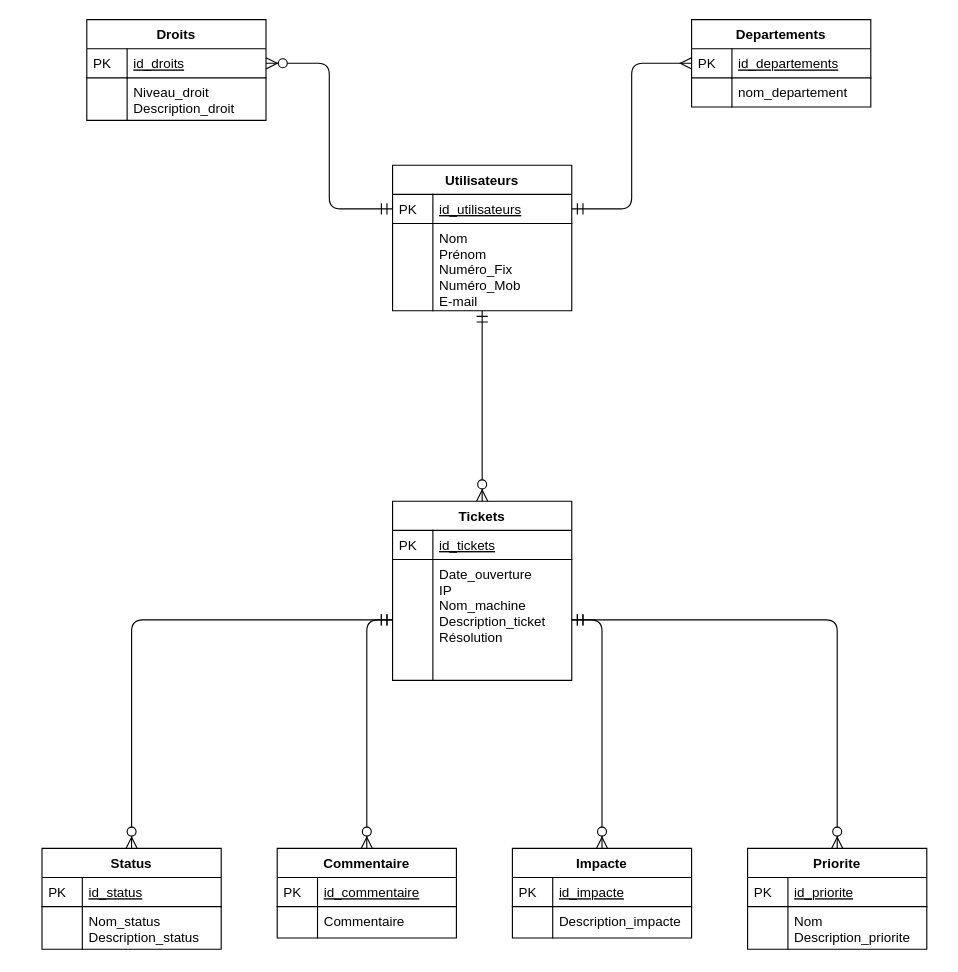
Earlier version of the draw.io diagram Base de données/MLD_MPTicket.drawio (Hero-Chan/Projet_Ticketing). Source tidied: cells renumbered, new cells numbered last; positions are measured from the earlier drawing's top-left corner, leaving out a move shared by most shapes. Both pictures are drawn from the tidied source at 112%, with x=0, y=0 at pixel (41, 19).
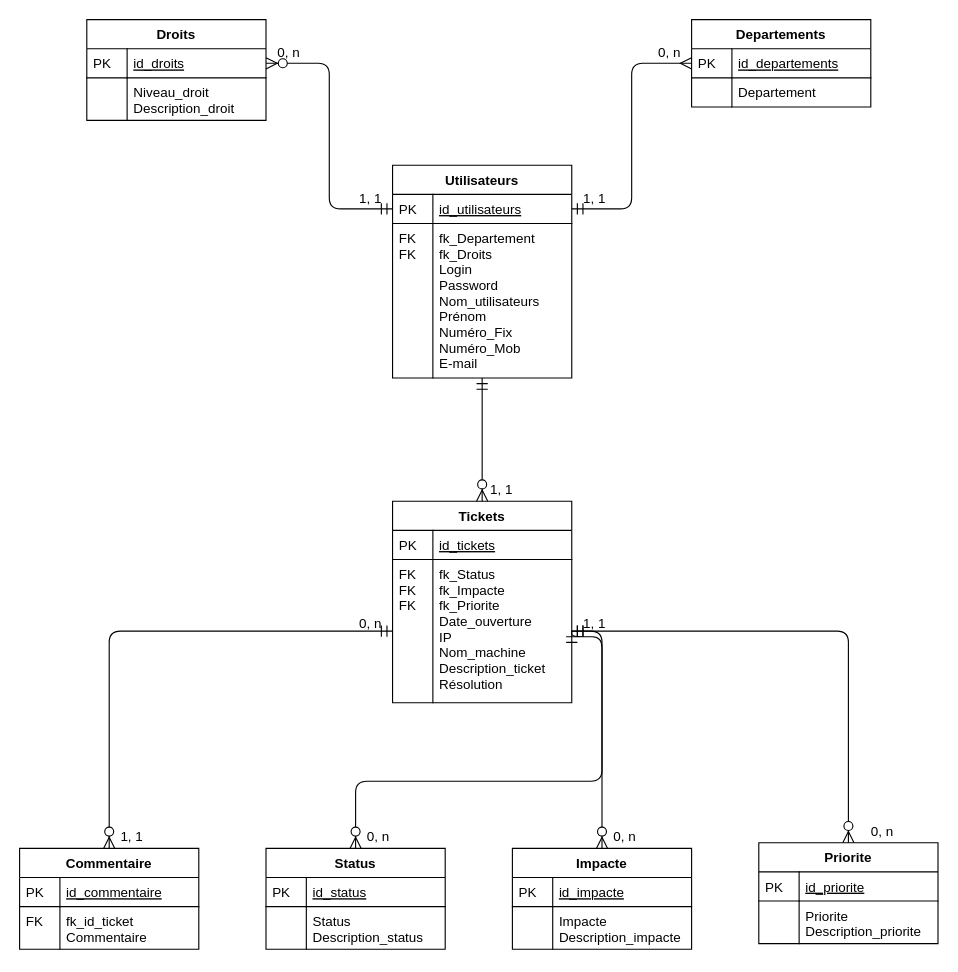
Above is the later version.

Unchanged cells that the change refers to:
```xml
<mxCell id="2" value="Departements" style="swimlane;fontStyle=1;horizontal=1;startSize=26;rounded=0;shadow=0;strokeWidth=1;" parent="1" vertex="1">
  <mxGeometry x="580" width="160" height="78" as="geometry" />
</mxCell>
```

Change to the diagram source:
```diff
@@
-    <mxCell id="5" value="nom_departement" style="shape=partialRectangle;top=0;left=0;right=0;bottom=0;align=left;verticalAlign=top;fillColor=none;spacingLeft=40;spacingRight=4;overflow=hidden;rounded=0;shadow=0;strokeWidth=1;" parent="2" vertex="1">
+    <mxCell id="5" value="Departement" style="shape=partialRectangle;top=0;left=0;right=0;bottom=0;align=left;verticalAlign=top;fillColor=none;spacingLeft=40;spacingRight=4;overflow=hidden;rounded=0;shadow=0;strokeWidth=1;" parent="2" vertex="1">
       <mxGeometry y="52" width="160" height="26" as="geometry" />
     </mxCell>
@@
     <mxCell id="7" value="Utilisateurs" style="swimlane;fontStyle=1;horizontal=1;startSize=26;rounded=0;shadow=0;strokeWidth=1;" parent="1" vertex="1">
-      <mxGeometry x="313" y="130" width="160" height="130" as="geometry" />
+      <mxGeometry x="313" y="130" width="160" height="190" as="geometry" />
     </mxCell>
@@
-    <mxCell id="10" value="Nom&#10;Prénom&#10;Numéro_Fix&#10;Numéro_Mob&#10;E-mail" style="shape=partialRectangle;top=0;left=0;right=0;bottom=0;align=left;verticalAlign=top;fillColor=none;spacingLeft=40;spacingRight=4;overflow=hidden;rounded=0;shadow=0;strokeWidth=1;" parent="7" vertex="1">
-      <mxGeometry y="52" width="160" height="78" as="geometry" />
+    <mxCell id="10" value="fk_Departement&#10;fk_Droits&#10;Login&#10;Password&#10;Nom_utilisateurs&#10;Prénom&#10;Numéro_Fix&#10;Numéro_Mob&#10;E-mail" style="shape=partialRectangle;top=0;left=0;right=0;bottom=0;align=left;verticalAlign=top;fillColor=none;spacingLeft=40;spacingRight=4;overflow=hidden;rounded=0;shadow=0;strokeWidth=1;" parent="7" vertex="1">
+      <mxGeometry y="52" width="160" height="138" as="geometry" />
     </mxCell>
-    <mxCell id="11" style="shape=partialRectangle;top=0;left=0;bottom=0;fillColor=none;align=left;verticalAlign=top;spacingLeft=4;spacingRight=4;overflow=hidden;" parent="10" vertex="1">
-      <mxGeometry width="36" height="78" as="geometry" />
+    <mxCell id="11" value="FK&#10;FK" style="shape=partialRectangle;top=0;left=0;bottom=0;fillColor=none;align=left;verticalAlign=top;spacingLeft=4;spacingRight=4;overflow=hidden;" parent="10" vertex="1">
+      <mxGeometry width="36" height="138" as="geometry" />
     </mxCell>
@@
     <mxCell id="13" value="Tickets" style="swimlane;fontStyle=1;horizontal=1;startSize=26;rounded=0;shadow=0;strokeWidth=1;" parent="1" vertex="1">
-      <mxGeometry x="313" y="430" width="160" height="160" as="geometry" />
+      <mxGeometry x="313" y="430" width="160" height="180" as="geometry" />
     </mxCell>
@@
-    <mxCell id="16" value="Date_ouverture&#10;IP&#10;Nom_machine&#10;Description_ticket&#10;Résolution" style="shape=partialRectangle;top=0;left=0;right=0;bottom=0;align=left;verticalAlign=top;fillColor=none;spacingLeft=40;spacingRight=4;overflow=hidden;points=[[0,0.5],[1,0.5]];portConstraint=eastwest;rounded=0;shadow=0;strokeWidth=1;" parent="13" vertex="1">
-      <mxGeometry y="52" width="160" height="108" as="geometry" />
+    <mxCell id="16" value="fk_Status&#10;fk_Impacte&#10;fk_Priorite&#10;Date_ouverture&#10;IP&#10;Nom_machine&#10;Description_ticket&#10;Résolution" style="shape=partialRectangle;top=0;left=0;right=0;bottom=0;align=left;verticalAlign=top;fillColor=none;spacingLeft=40;spacingRight=4;overflow=hidden;points=[[0,0.5],[1,0.5]];portConstraint=eastwest;rounded=0;shadow=0;strokeWidth=1;" parent="13" vertex="1">
+      <mxGeometry y="52" width="160" height="128" as="geometry" />
     </mxCell>
-    <mxCell id="17" style="shape=partialRectangle;top=0;left=0;bottom=0;fillColor=none;align=left;verticalAlign=top;spacingLeft=4;spacingRight=4;overflow=hidden;" parent="16" vertex="1">
-      <mxGeometry width="36" height="108" as="geometry" />
+    <mxCell id="17" value="FK&#10;FK&#10;FK" style="shape=partialRectangle;top=0;left=0;bottom=0;fillColor=none;align=left;verticalAlign=top;spacingLeft=4;spacingRight=4;overflow=hidden;" parent="16" vertex="1">
+      <mxGeometry width="36" height="128" as="geometry" />
     </mxCell>
@@
     <mxCell id="25" value="Status" style="swimlane;fontStyle=1;horizontal=1;startSize=26;rounded=0;shadow=0;strokeWidth=1;" parent="1" vertex="1">
-      <mxGeometry y="740" width="160" height="90" as="geometry" />
+      <mxGeometry x="200" y="740" width="160" height="90" as="geometry" />
     </mxCell>
@@
-    <mxCell id="28" value="Nom_status&#10;Description_status" style="shape=partialRectangle;top=0;left=0;right=0;bottom=0;align=left;verticalAlign=top;fillColor=none;spacingLeft=40;spacingRight=4;overflow=hidden;rounded=0;shadow=0;strokeWidth=1;" parent="25" vertex="1">
+    <mxCell id="28" value="Status&#10;Description_status" style="shape=partialRectangle;top=0;left=0;right=0;bottom=0;align=left;verticalAlign=top;fillColor=none;spacingLeft=40;spacingRight=4;overflow=hidden;rounded=0;shadow=0;strokeWidth=1;" parent="25" vertex="1">
       <mxGeometry y="52" width="160" height="38" as="geometry" />
     </mxCell>
@@
     <mxCell id="30" value="Commentaire" style="swimlane;fontStyle=1;horizontal=1;startSize=26;rounded=0;shadow=0;strokeWidth=1;" parent="1" vertex="1">
-      <mxGeometry x="210" y="740" width="160" height="80" as="geometry" />
+      <mxGeometry x="-20" y="740" width="160" height="90" as="geometry" />
     </mxCell>
@@
-    <mxCell id="33" value="Commentaire" style="shape=partialRectangle;top=0;left=0;right=0;bottom=0;align=left;verticalAlign=top;fillColor=none;spacingLeft=40;spacingRight=4;overflow=hidden;rounded=0;shadow=0;strokeWidth=1;" parent="30" vertex="1">
-      <mxGeometry y="52" width="160" height="28" as="geometry" />
+    <mxCell id="33" value="fk_id_ticket&#10;Commentaire" style="shape=partialRectangle;top=0;left=0;right=0;bottom=0;align=left;verticalAlign=top;fillColor=none;spacingLeft=40;spacingRight=4;overflow=hidden;rounded=0;shadow=0;strokeWidth=1;" parent="30" vertex="1">
+      <mxGeometry y="52" width="160" height="38" as="geometry" />
     </mxCell>
-    <mxCell id="34" style="shape=partialRectangle;top=0;left=0;bottom=0;fillColor=none;align=left;verticalAlign=top;spacingLeft=4;spacingRight=4;overflow=hidden;" parent="33" vertex="1">
-      <mxGeometry width="36" height="28" as="geometry" />
+    <mxCell id="34" value="FK" style="shape=partialRectangle;top=0;left=0;bottom=0;fillColor=none;align=left;verticalAlign=top;spacingLeft=4;spacingRight=4;overflow=hidden;" parent="33" vertex="1">
+      <mxGeometry width="36" height="38" as="geometry" />
     </mxCell>
     <mxCell id="35" value="Impacte" style="swimlane;fontStyle=1;horizontal=1;startSize=26;rounded=0;shadow=0;strokeWidth=1;" parent="1" vertex="1">
-      <mxGeometry x="420" y="740" width="160" height="80" as="geometry" />
+      <mxGeometry x="420" y="740" width="160" height="90" as="geometry" />
     </mxCell>
@@
-    <mxCell id="38" value="Description_impacte" style="shape=partialRectangle;top=0;left=0;right=0;bottom=0;align=left;verticalAlign=top;fillColor=none;spacingLeft=40;spacingRight=4;overflow=hidden;rounded=0;shadow=0;strokeWidth=1;" parent="35" vertex="1">
-      <mxGeometry y="52" width="160" height="28" as="geometry" />
+    <mxCell id="38" value="Impacte&#10;Description_impacte" style="shape=partialRectangle;top=0;left=0;right=0;bottom=0;align=left;verticalAlign=top;fillColor=none;spacingLeft=40;spacingRight=4;overflow=hidden;rounded=0;shadow=0;strokeWidth=1;" parent="35" vertex="1">
+      <mxGeometry y="52" width="160" height="38" as="geometry" />
     </mxCell>
     <mxCell id="39" style="shape=partialRectangle;top=0;left=0;bottom=0;fillColor=none;align=left;verticalAlign=top;spacingLeft=4;spacingRight=4;overflow=hidden;" parent="38" vertex="1">
-      <mxGeometry width="36" height="28" as="geometry" />
+      <mxGeometry width="36" height="38" as="geometry" />
     </mxCell>
     <mxCell id="40" value="Priorite" style="swimlane;fontStyle=1;horizontal=1;startSize=26;rounded=0;shadow=0;strokeWidth=1;" parent="1" vertex="1">
-      <mxGeometry x="630" y="740" width="160" height="90" as="geometry" />
+      <mxGeometry x="640" y="735" width="160" height="90" as="geometry" />
     </mxCell>
@@
-    <mxCell id="43" value="Nom&#10;Description_priorite" style="shape=partialRectangle;top=0;left=0;right=0;bottom=0;align=left;verticalAlign=top;fillColor=none;spacingLeft=40;spacingRight=4;overflow=hidden;rounded=0;shadow=0;strokeWidth=1;" parent="40" vertex="1">
+    <mxCell id="43" value="Priorite&#10;Description_priorite" style="shape=partialRectangle;top=0;left=0;right=0;bottom=0;align=left;verticalAlign=top;fillColor=none;spacingLeft=40;spacingRight=4;overflow=hidden;rounded=0;shadow=0;strokeWidth=1;" parent="40" vertex="1">
       <mxGeometry y="52" width="160" height="38" as="geometry" />
     </mxCell>
@@
-    <mxCell id="45" style="edgeStyle=orthogonalEdgeStyle;endArrow=ERzeroToMany;startArrow=ERmandOne;shadow=0;strokeWidth=1;endSize=8;startSize=8;entryX=0.5;entryY=0;entryDx=0;entryDy=0;exitX=0;exitY=0.5;exitDx=0;exitDy=0;" parent="1" edge="1" source="16" target="25">
-      <mxGeometry relative="1" as="geometry" />
+    <mxCell id="45" style="edgeStyle=orthogonalEdgeStyle;endArrow=ERzeroToMany;startArrow=ERmandOne;shadow=0;strokeWidth=1;endSize=8;startSize=8;entryX=0.5;entryY=0;entryDx=0;entryDy=0;exitX=1;exitY=0.5;exitDx=0;exitDy=0;" parent="1" edge="1" source="16" target="25">
+      <mxGeometry relative="1" as="geometry">
+        <Array as="points">
+          <mxPoint x="500" y="551" />
+          <mxPoint x="500" y="680" />
+          <mxPoint x="280" y="680" />
+        </Array>
+      </mxGeometry>
     </mxCell>
@@
+    <mxCell id="49" value="1, 1" style="text;html=1;align=center;verticalAlign=middle;" parent="1" vertex="1">
+      <mxGeometry x="60" y="720" width="40" height="20" as="geometry" />
+    </mxCell>
+    <mxCell id="50" value="1, 1" style="text;html=1;align=center;verticalAlign=middle;" parent="1" vertex="1">
+      <mxGeometry x="473" y="530" width="40" height="20" as="geometry" />
+    </mxCell>
+    <mxCell id="51" value="1, 1" style="text;html=1;align=center;verticalAlign=middle;" parent="1" vertex="1">
+      <mxGeometry x="390" y="410" width="40" height="20" as="geometry" />
+    </mxCell>
+    <mxCell id="52" value="1, 1" style="text;html=1;align=center;verticalAlign=middle;" parent="1" vertex="1">
+      <mxGeometry x="273" y="150" width="40" height="20" as="geometry" />
+    </mxCell>
+    <mxCell id="53" value="1, 1" style="text;html=1;align=center;verticalAlign=middle;" parent="1" vertex="1">
+      <mxGeometry x="473" y="150" width="40" height="20" as="geometry" />
+    </mxCell>
+    <mxCell id="54" value="0, n" style="text;html=1;align=center;verticalAlign=middle;" parent="1" vertex="1">
+      <mxGeometry x="200" y="20" width="40" height="20" as="geometry" />
+    </mxCell>
+    <mxCell id="55" value="0, n" style="text;html=1;align=center;verticalAlign=middle;" parent="1" vertex="1">
+      <mxGeometry x="540" y="20" width="40" height="20" as="geometry" />
+    </mxCell>
+    <mxCell id="56" value="0, n" style="text;html=1;align=center;verticalAlign=middle;" parent="1" vertex="1">
+      <mxGeometry x="273" y="530" width="40" height="20" as="geometry" />
+    </mxCell>
+    <mxCell id="57" value="0, n" style="text;html=1;align=center;verticalAlign=middle;" parent="1" vertex="1">
+      <mxGeometry x="280" y="720" width="40" height="20" as="geometry" />
+    </mxCell>
+    <mxCell id="58" value="0, n" style="text;html=1;align=center;verticalAlign=middle;" parent="1" vertex="1">
+      <mxGeometry x="500" y="720" width="40" height="20" as="geometry" />
+    </mxCell>
+    <mxCell id="59" value="0, n" style="text;html=1;align=center;verticalAlign=middle;" parent="1" vertex="1">
+      <mxGeometry x="730" y="715" width="40" height="20" as="geometry" />
+    </mxCell>
```
